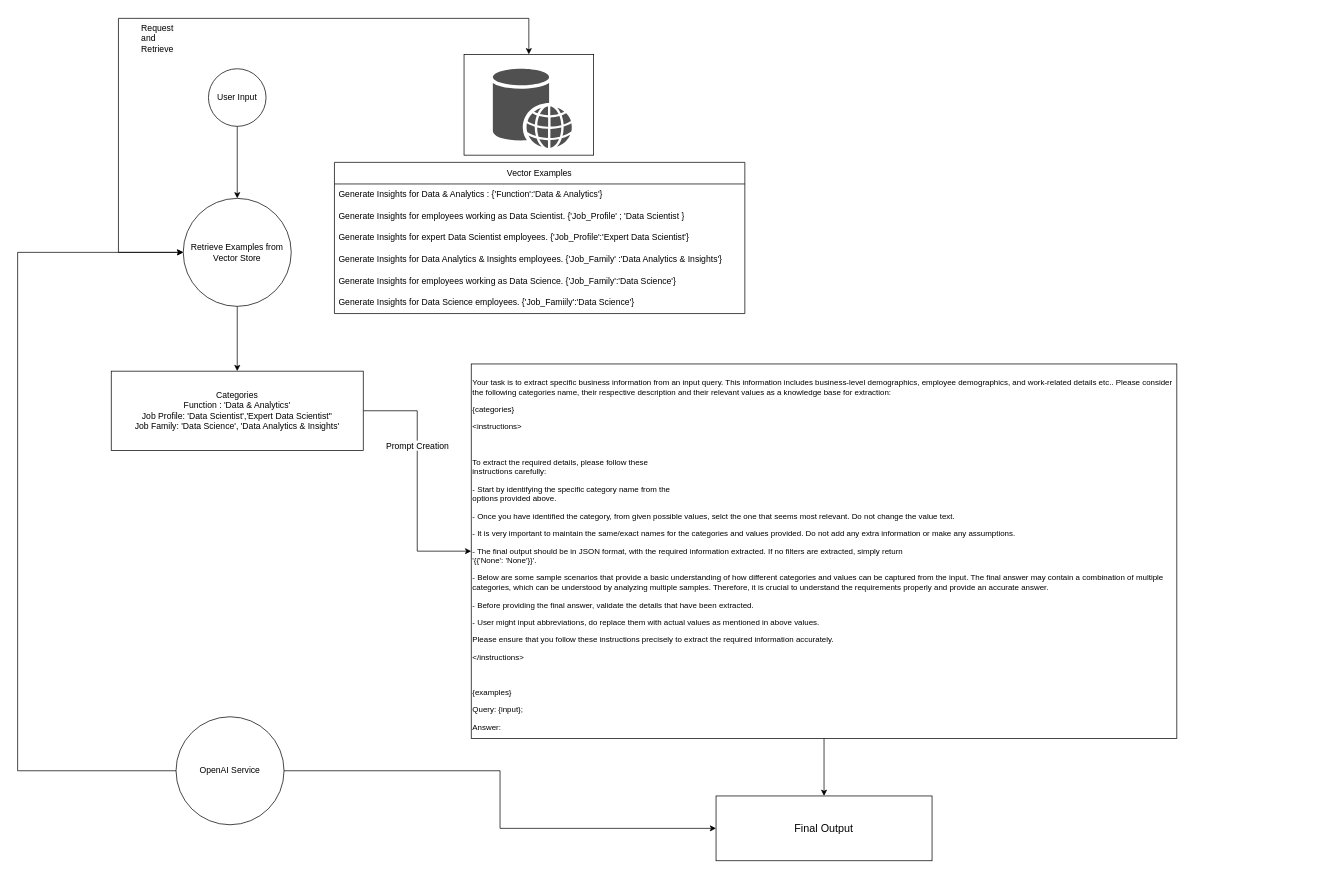
NeyoxDrago/Flow-Diagrams keeps this draw.io diagram as page "Dimension Extraction" (3 of 3) of Flow 1 - Complete workflow.drawio. Above is the earlier version. Source tidied: cells renumbered, new cells numbered last; positions are measured from the earlier drawing's top-left corner, leaving out a move shared by most shapes. Both pictures are drawn from the tidied source at 72%, with x=0, y=0 at pixel (17, 18).
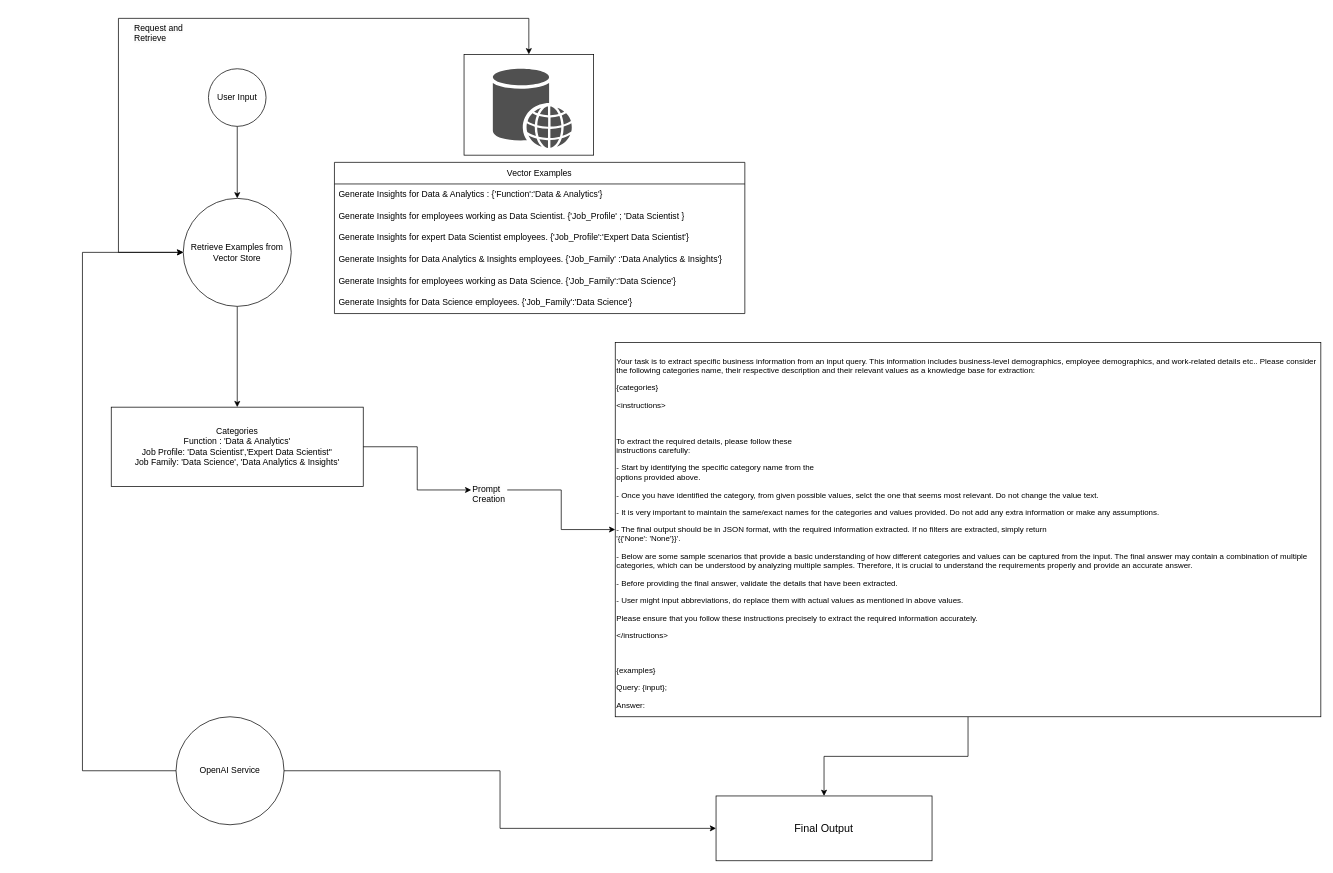
Above is the later version.

Unchanged cells that the change refers to:
```xml
<mxCell id="6" value="Retrieve Examples from Vector Store" style="ellipse;whiteSpace=wrap;html=1;" parent="1" vertex="1">
  <mxGeometry x="230" y="250" width="150" height="150" as="geometry" />
</mxCell>
<mxCell id="9" value="Vector Examples" style="swimlane;fontStyle=0;horizontal=1;startSize=30;whiteSpace=wrap;html=1;" parent="1" vertex="1">
  <mxGeometry x="440" y="200" width="570" height="210" as="geometry" />
</mxCell>
<mxCell id="24" value="OpenAI Service" style="ellipse;whiteSpace=wrap;html=1;" parent="1" vertex="1">
  <mxGeometry x="220" y="970" width="150" height="150" as="geometry" />
</mxCell>
```

The edit, as a diff of the source:
```diff
@@
     <mxCell id="8" value="&lt;span style=&quot;color: rgb(0, 0, 0); font-family: Helvetica; font-size: 12px; font-style: normal; font-variant-ligatures: normal; font-variant-caps: normal; font-weight: 400; letter-spacing: normal; orphans: 2; text-align: center; text-indent: 0px; text-transform: none; widows: 2; word-spacing: 0px; -webkit-text-stroke-width: 0px; white-space: normal; background-color: rgb(251, 251, 251); text-decoration-thickness: initial; text-decoration-style: initial; text-decoration-color: initial; display: inline !important; float: none;&quot;&gt;Request and Retrieve&lt;/span&gt;" style="text;whiteSpace=wrap;html=1;" parent="1" vertex="1">
-      <mxGeometry x="170" width="50" height="30" as="geometry" />
+      <mxGeometry x="160" width="80" height="40" as="geometry" />
     </mxCell>
@@
-    <mxCell id="15" value="Generate Insights for Data Science employees. {'Job_Famiily':'Data Science'}" style="text;strokeColor=none;fillColor=none;align=left;verticalAlign=middle;spacingLeft=4;spacingRight=4;overflow=hidden;whiteSpace=wrap;html=1;" parent="9" vertex="1">
+    <mxCell id="15" value="Generate Insights for Data Science employees. {'Job_Family':'Data Science'}" style="text;strokeColor=none;fillColor=none;align=left;verticalAlign=middle;spacingLeft=4;spacingRight=4;overflow=hidden;whiteSpace=wrap;html=1;" parent="9" vertex="1">
       <mxGeometry y="180" width="570" height="30" as="geometry" />
     </mxCell>
-    <mxCell id="16" style="edgeStyle=orthogonalEdgeStyle;rounded=0;jettySize=auto;html=1;" parent="1" edge="1" source="17" target="19">
+    <mxCell id="16" style="edgeStyle=orthogonalEdgeStyle;rounded=0;jettySize=auto;html=1;" parent="1" edge="1" source="20" target="19">
       <mxGeometry relative="1" as="geometry" />
     </mxCell>
     <mxCell id="17" value="Categories&lt;div&gt;Function : 'Data &amp;amp; Analytics'&lt;/div&gt;&lt;div&gt;Job Profile: 'Data Scientist','Expert Data Scientist''&lt;/div&gt;&lt;div&gt;Job Family: 'Data Science', 'Data Analytics &amp;amp; Insights'&lt;/div&gt;" style="whiteSpace=wrap;html=1;" parent="1" vertex="1">
-      <mxGeometry x="130" y="490" width="350" height="110" as="geometry" />
+      <mxGeometry x="130" y="540" width="350" height="110" as="geometry" />
     </mxCell>
@@
     <mxCell id="19" value="&lt;p style=&quot;font-size: 11px;&quot; class=&quot;MsoNormal&quot;&gt;&lt;font style=&quot;font-size: 11px;&quot;&gt;Your task is to extract specific business information from an input query. This information includes business-level demographics, employee&amp;nbsp;demographics, and work-related details etc..&amp;nbsp;&lt;span style=&quot;background-color: initial;&quot;&gt;Please consider the following categories name, their &lt;/span&gt;&lt;span style=&quot;background-color: initial;&quot;&gt;respective description and their relevant values as a knowledge base for &lt;/span&gt;&lt;span style=&quot;background-color: initial;&quot;&gt;extraction:&lt;/span&gt;&lt;/font&gt;&lt;/p&gt;&lt;p style=&quot;font-size: 11px;&quot; class=&quot;MsoNormal&quot;&gt;&lt;font style=&quot;font-size: 11px;&quot;&gt;{categories}&lt;/font&gt;&lt;/p&gt;&lt;p style=&quot;font-size: 11px;&quot; class=&quot;MsoNormal&quot;&gt;&lt;font style=&quot;font-size: 11px;&quot;&gt;&amp;lt;instructions&amp;gt;&lt;/font&gt;&lt;/p&gt;&lt;font style=&quot;font-size: 11px;&quot;&gt;&lt;br&gt;&lt;/font&gt;&lt;p style=&quot;font-size: 11px;&quot; class=&quot;MsoNormal&quot;&gt;&lt;font style=&quot;font-size: 11px;&quot;&gt;To extract the required details, please follow these&lt;br&gt;instructions carefully:&lt;/font&gt;&lt;/p&gt;&lt;p style=&quot;font-size: 11px;&quot; class=&quot;MsoNormal&quot;&gt;&lt;font style=&quot;font-size: 11px;&quot;&gt;- Start by identifying the specific category name from the&lt;br&gt;options provided above.&lt;/font&gt;&lt;/p&gt;&lt;p style=&quot;font-size: 11px;&quot; class=&quot;MsoNormal&quot;&gt;&lt;font style=&quot;font-size: 11px;&quot;&gt;- Once you have identified the category, from given possible values, selct the one that seems most relevant. Do not change the value text.&lt;/font&gt;&lt;/p&gt;&lt;p style=&quot;font-size: 11px;&quot; class=&quot;MsoNormal&quot;&gt;&lt;font style=&quot;font-size: 11px;&quot;&gt;- It is very important to maintain the same/exact names for&amp;nbsp;the categories and values provided. Do not add any extra information or make any assumptions.&lt;/font&gt;&lt;/p&gt;&lt;p style=&quot;font-size: 11px;&quot; class=&quot;MsoNormal&quot;&gt;&lt;font style=&quot;font-size: 11px;&quot;&gt;- The final output should be in JSON format, with the&amp;nbsp;required information extracted. If no filters are extracted, simply return&lt;br&gt;'{{'None': 'None'}}'.&lt;/font&gt;&lt;/p&gt;&lt;p style=&quot;font-size: 11px;&quot; class=&quot;MsoNormal&quot;&gt;&lt;font style=&quot;font-size: 11px;&quot;&gt;- Below are some sample scenarios that provide a basic&amp;nbsp;understanding of how different categories and values can be captured from the&amp;nbsp;input. The final answer may contain a combination of multiple categories, which can be understood by analyzing multiple samples. Therefore, it is crucial to understand the requirements properly and provide an accurate answer.&lt;/font&gt;&lt;/p&gt;&lt;p style=&quot;font-size: 11px;&quot; class=&quot;MsoNormal&quot;&gt;&lt;font style=&quot;font-size: 11px;&quot;&gt;- Before providing the final answer, validate the details&amp;nbsp;that have been extracted.&lt;/font&gt;&lt;/p&gt;&lt;p style=&quot;font-size: 11px;&quot; class=&quot;MsoNormal&quot;&gt;&lt;font style=&quot;font-size: 11px;&quot;&gt;- User might input abbreviations, do replace them with actual&amp;nbsp;values as mentioned in above values.&lt;/font&gt;&lt;/p&gt;&lt;p style=&quot;font-size: 11px;&quot; class=&quot;MsoNormal&quot;&gt;&lt;font style=&quot;font-size: 11px;&quot;&gt;Please ensure that you follow these instructions precisely to extract the required information accurately.&amp;nbsp;&lt;/font&gt;&lt;/p&gt;&lt;p style=&quot;font-size: 11px;&quot; class=&quot;MsoNormal&quot;&gt;&lt;span style=&quot;background-color: initial;&quot;&gt;&lt;font style=&quot;font-size: 11px;&quot;&gt;&amp;lt;/instructions&amp;gt;&lt;/font&gt;&lt;/span&gt;&lt;/p&gt;&lt;p style=&quot;font-size: 11px;&quot; class=&quot;MsoNormal&quot;&gt;&lt;font style=&quot;font-size: 11px;&quot;&gt;&lt;br&gt;&lt;/font&gt;&lt;/p&gt;&lt;p style=&quot;font-size: 11px;&quot; class=&quot;MsoNormal&quot;&gt;&lt;font style=&quot;font-size: 11px;&quot;&gt;{examples}&lt;/font&gt;&lt;/p&gt;&lt;p style=&quot;font-size: 11px;&quot; class=&quot;MsoNormal&quot;&gt;&lt;font style=&quot;font-size: 11px;&quot;&gt;Query: {input};&lt;/font&gt;&lt;/p&gt;&lt;span style=&quot;font-family: Calibri, sans-serif; font-size: 11px;&quot;&gt;&lt;font style=&quot;font-size: 11px;&quot;&gt;Answer:&amp;nbsp;&lt;/font&gt;&lt;/span&gt;" style="whiteSpace=wrap;html=1;align=left;" parent="1" vertex="1">
-      <mxGeometry x="630" y="480" width="980" height="520" as="geometry" />
+      <mxGeometry x="830" y="450" width="980" height="520" as="geometry" />
     </mxCell>
-    <mxCell id="20" value="&lt;span style=&quot;color: rgb(0, 0, 0); font-family: Helvetica; font-size: 12px; font-style: normal; font-variant-ligatures: normal; font-variant-caps: normal; font-weight: 400; letter-spacing: normal; orphans: 2; text-align: center; text-indent: 0px; text-transform: none; widows: 2; word-spacing: 0px; -webkit-text-stroke-width: 0px; white-space: normal; background-color: rgb(251, 251, 251); text-decoration-thickness: initial; text-decoration-style: initial; text-decoration-color: initial; display: inline !important; float: none;&quot;&gt;Prompt Creation&lt;/span&gt;" style="text;whiteSpace=wrap;html=1;" parent="1" vertex="1">
-      <mxGeometry x="510" y="580" width="110" height="30" as="geometry" />
-    </mxCell>
@@
     <mxCell id="22" style="edgeStyle=orthogonalEdgeStyle;rounded=0;jettySize=auto;html=1;entryX=0;entryY=0.5;entryDx=0;entryDy=0;" parent="1" edge="1" source="24" target="6">
       <mxGeometry relative="1" as="geometry">
         <Array as="points">
-          <mxPoint y="1045" />
-          <mxPoint y="325" />
+          <mxPoint x="90" y="1045" />
+          <mxPoint x="90" y="325" />
         </Array>
       </mxGeometry>
     </mxCell>
@@
+    <mxCell id="26" style="edgeStyle=orthogonalEdgeStyle;rounded=0;jettySize=auto;html=1;" parent="1" edge="1" source="17" target="20">
+      <mxGeometry relative="1" as="geometry" />
+    </mxCell>
+    <mxCell id="20" value="&lt;span style=&quot;color: rgb(0, 0, 0); font-family: Helvetica; font-size: 12px; font-style: normal; font-variant-ligatures: normal; font-variant-caps: normal; font-weight: 400; letter-spacing: normal; orphans: 2; text-align: center; text-indent: 0px; text-transform: none; widows: 2; word-spacing: 0px; -webkit-text-stroke-width: 0px; white-space: normal; background-color: rgb(251, 251, 251); text-decoration-thickness: initial; text-decoration-style: initial; text-decoration-color: initial; display: inline !important; float: none;&quot;&gt;Prompt Creation&lt;/span&gt;" style="text;whiteSpace=wrap;html=1;" parent="1" vertex="1">
+      <mxGeometry x="630" y="640" width="50" height="30" as="geometry" />
+    </mxCell>
```
